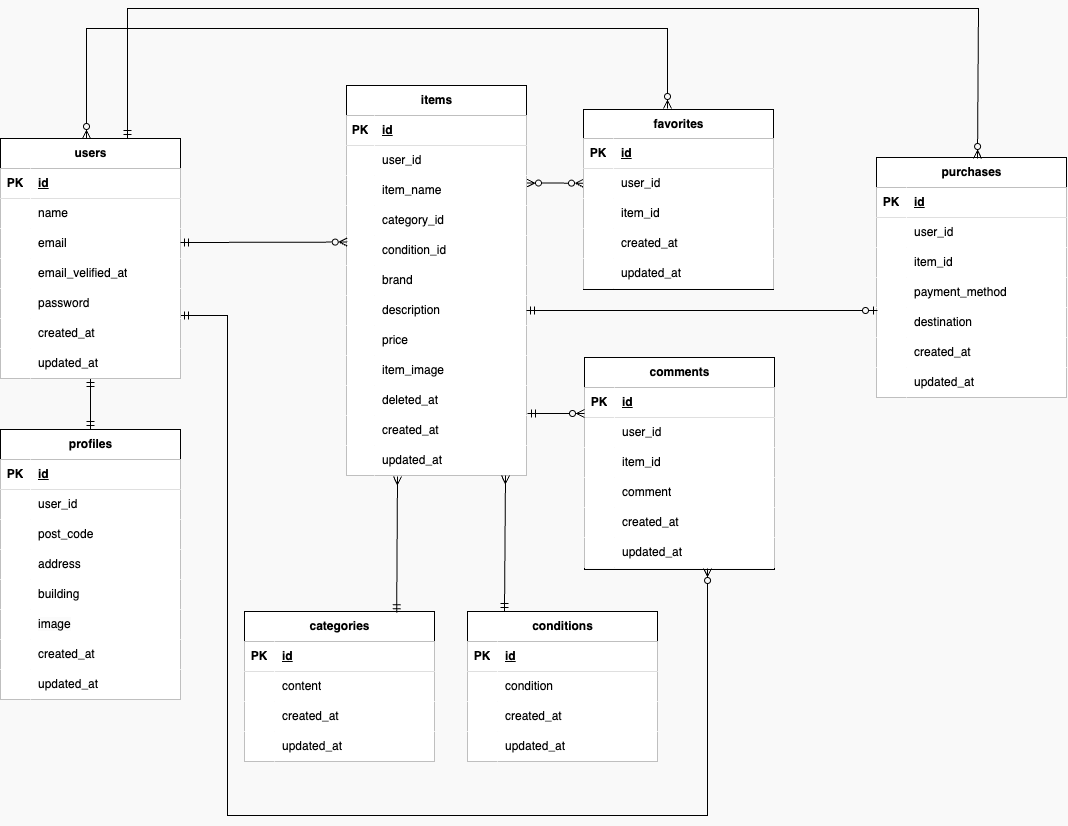
Before: index.png, a diagram exported from draw.io (okumurachie/Flea-market). Source tidied: cells renumbered, new cells last; positions are measured from the earlier drawing's top-left corner, leaving out a move shared by most shapes.
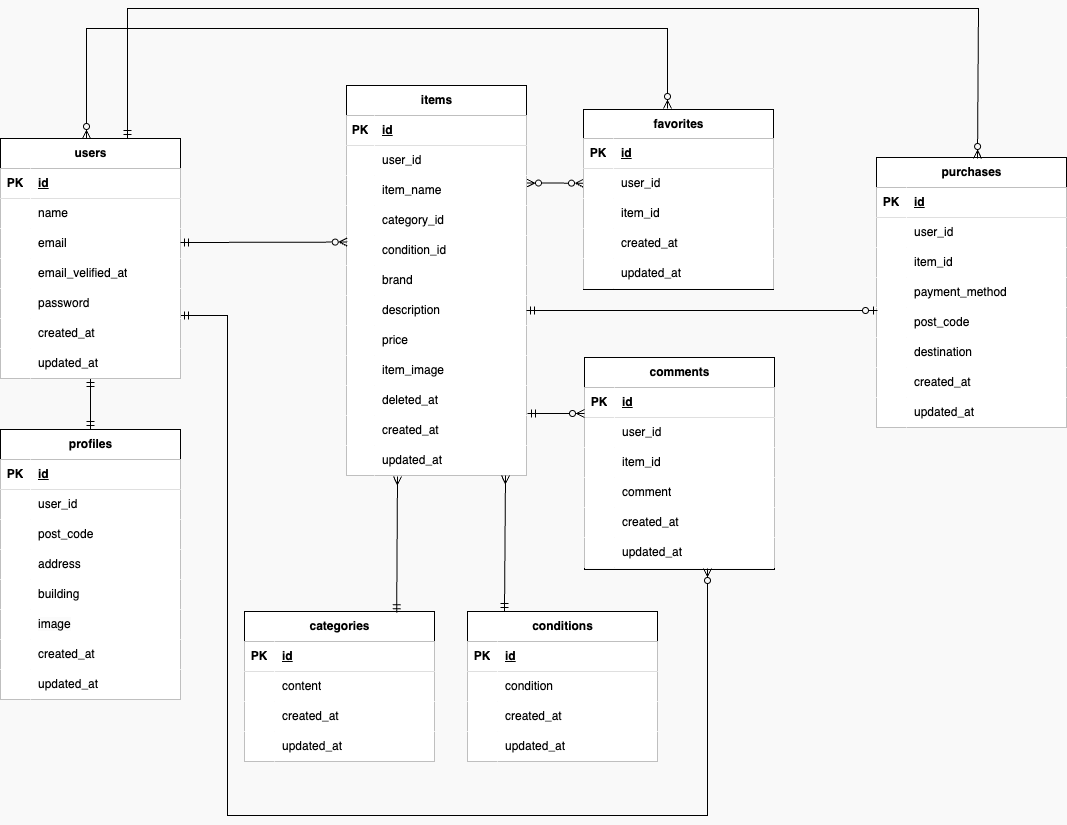
Later version of the same file.

Change to the diagram source:
```diff
@@ -391,7 +391,7 @@
       <mxGeometry x="30" width="160" height="30" as="geometry" />
     </mxCell>
     <mxCell id="126" value="purchases" style="shape=table;startSize=30;rowLines=0;fontStyle=1;align=center;html=1;fillColor=#FFFFFF;" parent="1" vertex="1">
-      <mxGeometry x="876" y="149" width="190" height="240" as="geometry" />
+      <mxGeometry x="876" y="149" width="190" height="270" as="geometry" />
     </mxCell>
     <mxCell id="127" style="shape=tableRow;horizontal=0;startSize=0;swimlaneHead=0;swimlaneBody=0;fillColor=#FFFFFF;top=0;left=0;right=0;bottom=1;" parent="126" vertex="1">
       <mxGeometry y="30" width="190" height="30" as="geometry" />
@@ -429,8 +429,17 @@
     <mxCell id="138" value="payment_method" style="shape=partialRectangle;fillColor=#FFFFFF;top=0;left=0;bottom=0;right=0;align=left;spacingLeft=6;overflow=hidden;whiteSpace=wrap;html=1;" parent="136" vertex="1">
       <mxGeometry x="30" width="160" height="30" as="geometry" />
     </mxCell>
+    <mxCell id="179" style="shape=tableRow;horizontal=0;startSize=0;swimlaneHead=0;swimlaneBody=0;fillColor=#FFFFFF;top=0;left=0;right=0;bottom=0;" parent="126" vertex="1">
+      <mxGeometry y="150" width="190" height="30" as="geometry" />
+    </mxCell>
+    <mxCell id="180" style="shape=partialRectangle;fillColor=#FFFFFF;top=0;left=0;bottom=0;right=0;overflow=hidden;whiteSpace=wrap;html=1;" parent="179" vertex="1">
+      <mxGeometry width="30" height="30" as="geometry" />
+    </mxCell>
+    <mxCell id="181" value="post_code" style="shape=partialRectangle;fillColor=#FFFFFF;top=0;left=0;bottom=0;right=0;align=left;spacingLeft=6;overflow=hidden;whiteSpace=wrap;html=1;" parent="179" vertex="1">
+      <mxGeometry x="30" width="160" height="30" as="geometry" />
+    </mxCell>
     <mxCell id="139" style="shape=tableRow;horizontal=0;startSize=0;swimlaneHead=0;swimlaneBody=0;fillColor=#FFFFFF;top=0;left=0;right=0;bottom=0;" parent="126" vertex="1">
-      <mxGeometry y="150" width="190" height="30" as="geometry" />
+      <mxGeometry y="180" width="190" height="30" as="geometry" />
     </mxCell>
     <mxCell id="140" style="shape=partialRectangle;fillColor=#FFFFFF;top=0;left=0;bottom=0;right=0;overflow=hidden;whiteSpace=wrap;html=1;" parent="139" vertex="1">
       <mxGeometry width="30" height="30" as="geometry" />
@@ -439,7 +448,7 @@
       <mxGeometry x="30" width="160" height="30" as="geometry" />
     </mxCell>
     <mxCell id="142" style="shape=tableRow;horizontal=0;startSize=0;swimlaneHead=0;swimlaneBody=0;fillColor=#FFFFFF;top=0;left=0;right=0;bottom=0;" parent="126" vertex="1">
-      <mxGeometry y="180" width="190" height="30" as="geometry" />
+      <mxGeometry y="210" width="190" height="30" as="geometry" />
     </mxCell>
     <mxCell id="143" style="shape=partialRectangle;fillColor=#FFFFFF;top=0;left=0;bottom=0;right=0;overflow=hidden;whiteSpace=wrap;html=1;" parent="142" vertex="1">
       <mxGeometry width="30" height="30" as="geometry" />
@@ -448,7 +457,7 @@
       <mxGeometry x="30" width="160" height="30" as="geometry" />
     </mxCell>
     <mxCell id="145" style="shape=tableRow;horizontal=0;startSize=0;swimlaneHead=0;swimlaneBody=0;fillColor=#FFFFFF;top=0;left=0;right=0;bottom=0;" parent="126" vertex="1">
-      <mxGeometry y="210" width="190" height="30" as="geometry" />
+      <mxGeometry y="240" width="190" height="30" as="geometry" />
     </mxCell>
     <mxCell id="146" style="shape=partialRectangle;fillColor=#FFFFFF;top=0;left=0;bottom=0;right=0;overflow=hidden;whiteSpace=wrap;html=1;" parent="145" vertex="1">
       <mxGeometry width="30" height="30" as="geometry" />
```
